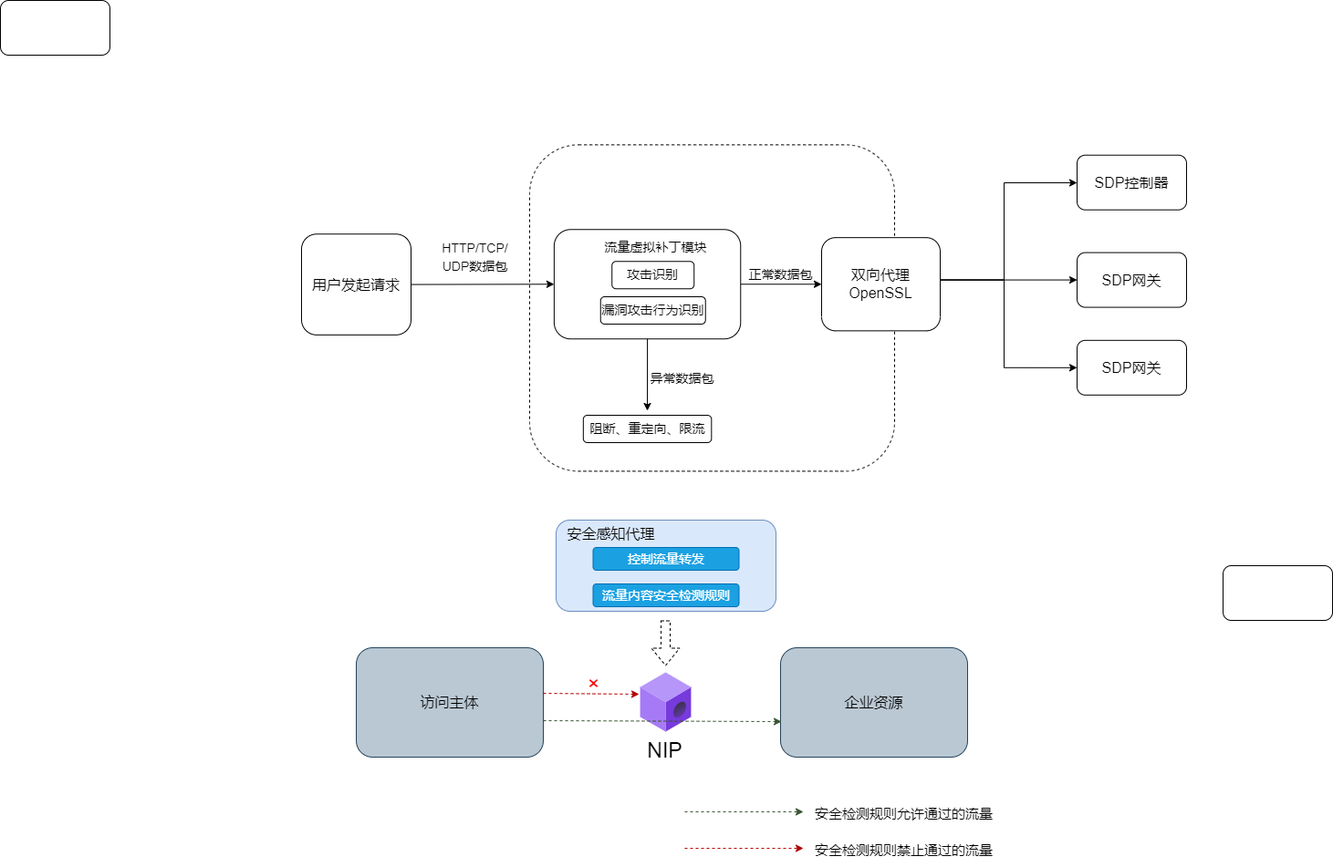
Above: testDirectory/虚拟补丁.drawio.png in Moose1273/- (draw.io), before the change. Source tidied: cells renumbered, new cells last; positions are measured from the earlier drawing's top-left corner, leaving out a move shared by most shapes.
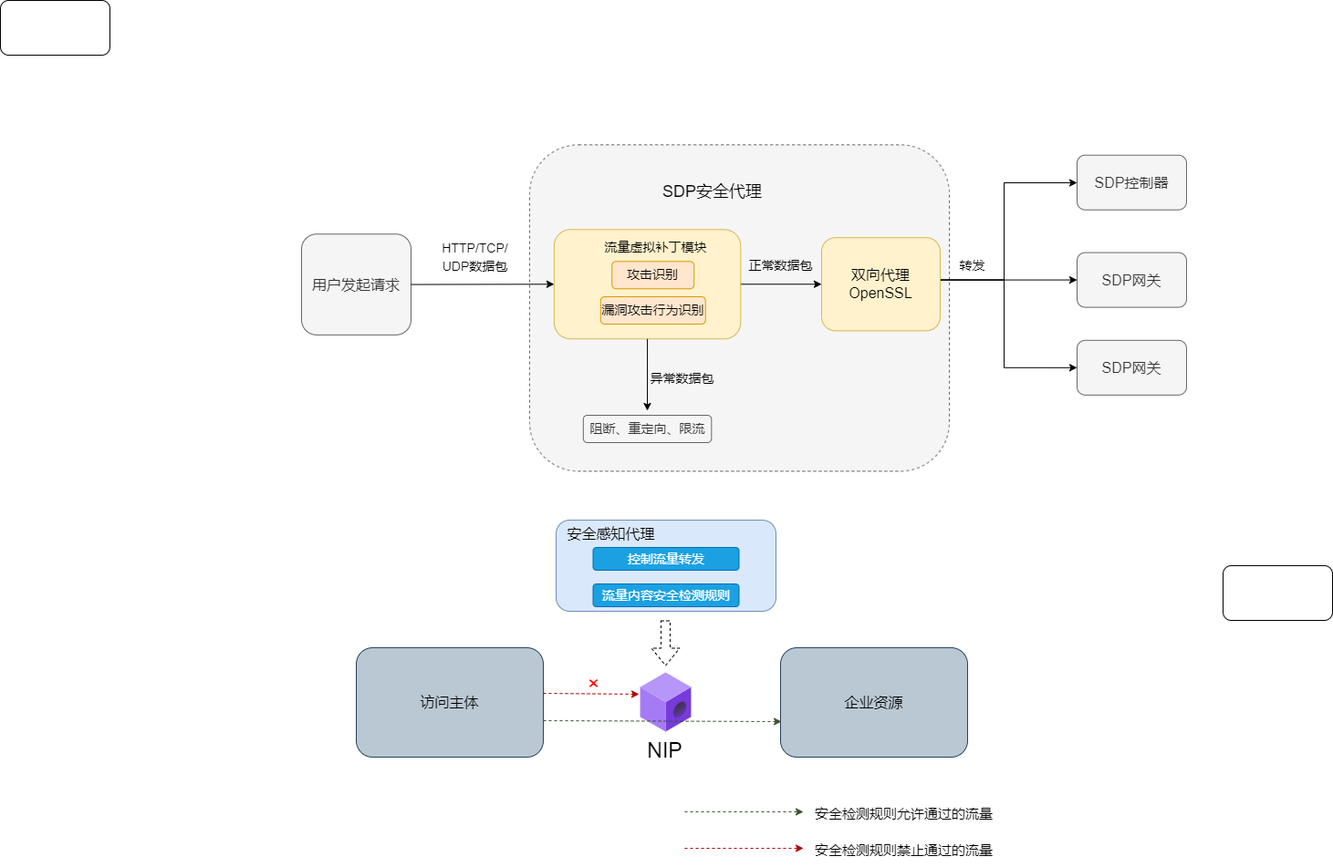
After the change.

Commit message:
更新虚拟补丁.drawio.png

What changed in the source:
```diff
@@ -2,8 +2,8 @@
   <root>
     <mxCell id="0" />
     <mxCell id="1" parent="0" />
-    <mxCell id="2" style="rounded=1;whiteSpace=wrap;html=1;dashed=1;" parent="1" vertex="1">
-      <mxGeometry x="580" y="158.4" width="400" height="358" as="geometry" />
+    <mxCell id="2" style="rounded=1;whiteSpace=wrap;html=1;dashed=1;fillColor=#f5f5f5;fontColor=#333333;strokeColor=#666666;" parent="1" vertex="1">
+      <mxGeometry x="580" y="158.4" width="460" height="358" as="geometry" />
     </mxCell>
     <mxCell id="3" style="edgeStyle=orthogonalEdgeStyle;rounded=0;jettySize=auto;html=1;exitX=1;exitY=0.5;exitDx=0;exitDy=0;fontSize=16;" parent="1" edge="1" target="35">
       <mxGeometry relative="1" as="geometry">
@@ -28,25 +28,25 @@
         </Array>
       </mxGeometry>
     </mxCell>
-    <mxCell id="6" value="&lt;font style=&quot;font-size: 16px;&quot;&gt;双向代理&lt;br&gt;OpenSSL&lt;br&gt;&lt;/font&gt;" style="rounded=1;whiteSpace=wrap;html=1;rotation=0;direction=north;" parent="1" vertex="1">
+    <mxCell id="6" value="&lt;font style=&quot;font-size: 16px;&quot;&gt;双向代理&lt;br&gt;OpenSSL&lt;br&gt;&lt;/font&gt;" style="rounded=1;whiteSpace=wrap;html=1;rotation=0;direction=north;fillColor=#fff2cc;strokeColor=#d6b656;" parent="1" vertex="1">
       <mxGeometry x="900" y="260.2" width="130" height="102.2" as="geometry" />
     </mxCell>
     <mxCell id="7" style="edgeStyle=orthogonalEdgeStyle;rounded=0;jettySize=auto;html=1;exitX=0.5;exitY=0;exitDx=0;exitDy=0;entryX=0.5;entryY=0;entryDx=0;entryDy=0;" parent="1" edge="1" source="8" target="6">
       <mxGeometry relative="1" as="geometry" />
     </mxCell>
-    <mxCell id="8" style="rounded=1;whiteSpace=wrap;html=1;rotation=90;" parent="1" vertex="1">
+    <mxCell id="8" style="rounded=1;whiteSpace=wrap;html=1;rotation=90;fillColor=#fff2cc;strokeColor=#d6b656;" parent="1" vertex="1">
       <mxGeometry x="649.1" y="209.1" width="120" height="204.4" as="geometry" />
     </mxCell>
-    <mxCell id="9" value="&lt;font style=&quot;font-size: 16px;&quot;&gt;用户发起请求&lt;/font&gt;" style="rounded=1;whiteSpace=wrap;html=1;" parent="1" vertex="1">
+    <mxCell id="9" value="&lt;font style=&quot;font-size: 16px;&quot;&gt;用户发起请求&lt;/font&gt;" style="rounded=1;whiteSpace=wrap;html=1;fillColor=#f5f5f5;fontColor=#333333;strokeColor=#666666;" parent="1" vertex="1">
       <mxGeometry x="330" y="256.3" width="120" height="110.6" as="geometry" />
     </mxCell>
     <mxCell id="10" value="&lt;font style=&quot;font-size: 14px;&quot;&gt;HTTP/TCP/&lt;br&gt;UDP数据包&lt;/font&gt;" style="text;html=1;align=center;verticalAlign=middle;strokeColor=none;fillColor=none;fontSize=16;" parent="1" vertex="1">
       <mxGeometry x="470" y="256.3" width="100" height="50" as="geometry" />
     </mxCell>
-    <mxCell id="11" value="攻击识别" style="rounded=1;whiteSpace=wrap;html=1;fontSize=14;" parent="1" vertex="1">
+    <mxCell id="11" value="攻击识别" style="rounded=1;whiteSpace=wrap;html=1;fontSize=14;fillColor=#ffe6cc;strokeColor=#d79b00;" parent="1" vertex="1">
       <mxGeometry x="670.2" y="286.3" width="90" height="30" as="geometry" />
     </mxCell>
-    <mxCell id="12" value="漏洞攻击行为识别" style="rounded=1;whiteSpace=wrap;html=1;fontSize=14;" parent="1" vertex="1">
+    <mxCell id="12" value="漏洞攻击行为识别" style="rounded=1;whiteSpace=wrap;html=1;fontSize=14;fillColor=#ffe6cc;strokeColor=#d79b00;" parent="1" vertex="1">
       <mxGeometry x="657.8" y="325" width="115" height="30" as="geometry" />
     </mxCell>
     <mxCell id="13" style="endArrow=classic;html=1;rounded=0;fontSize=14;exitX=1;exitY=0.5;exitDx=0;exitDy=0;" parent="1" edge="1" source="8">
@@ -54,11 +54,11 @@
         <mxPoint x="709" y="450" as="targetPoint" />
       </mxGeometry>
     </mxCell>
-    <mxCell id="14" value="阻断、重定向、限流" style="rounded=1;whiteSpace=wrap;html=1;fontSize=14;" parent="1" vertex="1">
+    <mxCell id="14" value="阻断、重定向、限流" style="rounded=1;whiteSpace=wrap;html=1;fontSize=14;fillColor=#f5f5f5;fontColor=#333333;strokeColor=#666666;" parent="1" vertex="1">
       <mxGeometry x="638.8" y="455" width="140.5" height="30" as="geometry" />
     </mxCell>
     <mxCell id="15" value="正常数据包" style="text;html=1;align=center;verticalAlign=middle;strokeColor=none;fillColor=none;fontSize=14;" parent="1" vertex="1">
-      <mxGeometry x="810" y="286.3" width="90" height="30" as="geometry" />
+      <mxGeometry x="810" y="276.3" width="90" height="30" as="geometry" />
     </mxCell>
     <mxCell id="16" value="流量虚拟补丁模块" style="text;html=1;align=center;verticalAlign=middle;strokeColor=none;fillColor=none;fontSize=14;" parent="1" vertex="1">
       <mxGeometry x="647.8" y="256.3" width="140" height="30" as="geometry" />
@@ -131,13 +131,13 @@
     <mxCell id="34" style="rounded=1;whiteSpace=wrap;html=1;fontSize=16;" parent="1" vertex="1">
       <mxGeometry width="120" height="60" as="geometry" />
     </mxCell>
-    <mxCell id="35" value="SDP控制器" style="rounded=1;whiteSpace=wrap;html=1;fontSize=16;" parent="1" vertex="1">
+    <mxCell id="35" value="SDP控制器" style="rounded=1;whiteSpace=wrap;html=1;fontSize=16;fillColor=#f5f5f5;fontColor=#333333;strokeColor=#666666;" parent="1" vertex="1">
       <mxGeometry x="1180" y="169.7" width="120" height="60" as="geometry" />
     </mxCell>
-    <mxCell id="36" value="SDP网关" style="rounded=1;whiteSpace=wrap;html=1;fontSize=16;" parent="1" vertex="1">
+    <mxCell id="36" value="SDP网关" style="rounded=1;whiteSpace=wrap;html=1;fontSize=16;fillColor=#f5f5f5;fontColor=#333333;strokeColor=#666666;" parent="1" vertex="1">
       <mxGeometry x="1180" y="276.6" width="120" height="60" as="geometry" />
     </mxCell>
-    <mxCell id="37" value="SDP网关" style="rounded=1;whiteSpace=wrap;html=1;fontSize=16;" parent="1" vertex="1">
+    <mxCell id="37" value="SDP网关" style="rounded=1;whiteSpace=wrap;html=1;fontSize=16;fillColor=#f5f5f5;fontColor=#333333;strokeColor=#666666;" parent="1" vertex="1">
       <mxGeometry x="1180" y="372.8" width="120" height="60" as="geometry" />
     </mxCell>
     <mxCell id="38" style="rounded=1;whiteSpace=wrap;html=1;fontSize=16;" parent="1" vertex="1">
@@ -146,5 +146,11 @@
     <mxCell id="39" style="endArrow=classic;html=1;rounded=0;fontSize=16;exitX=1;exitY=0.5;exitDx=0;exitDy=0;entryX=0.5;entryY=1;entryDx=0;entryDy=0;" parent="1" edge="1" source="9" target="8">
       <mxGeometry relative="1" as="geometry" />
     </mxCell>
+    <mxCell id="40" value="&lt;font style=&quot;font-size: 18px;&quot;&gt;SDP安全代理&lt;/font&gt;" style="text;html=1;align=center;verticalAlign=middle;strokeColor=none;fillColor=none;" parent="1" vertex="1">
+      <mxGeometry x="715" y="189.7" width="130" height="40" as="geometry" />
+    </mxCell>
+    <mxCell id="41" value="&lt;font style=&quot;font-size: 14px;&quot;&gt;转发&lt;/font&gt;" style="text;html=1;align=center;verticalAlign=middle;strokeColor=none;fillColor=none;" parent="1" vertex="1">
+      <mxGeometry x="1040" y="276.3" width="50" height="30" as="geometry" />
+    </mxCell>
   </root>
 </mxGraphModel>
```
